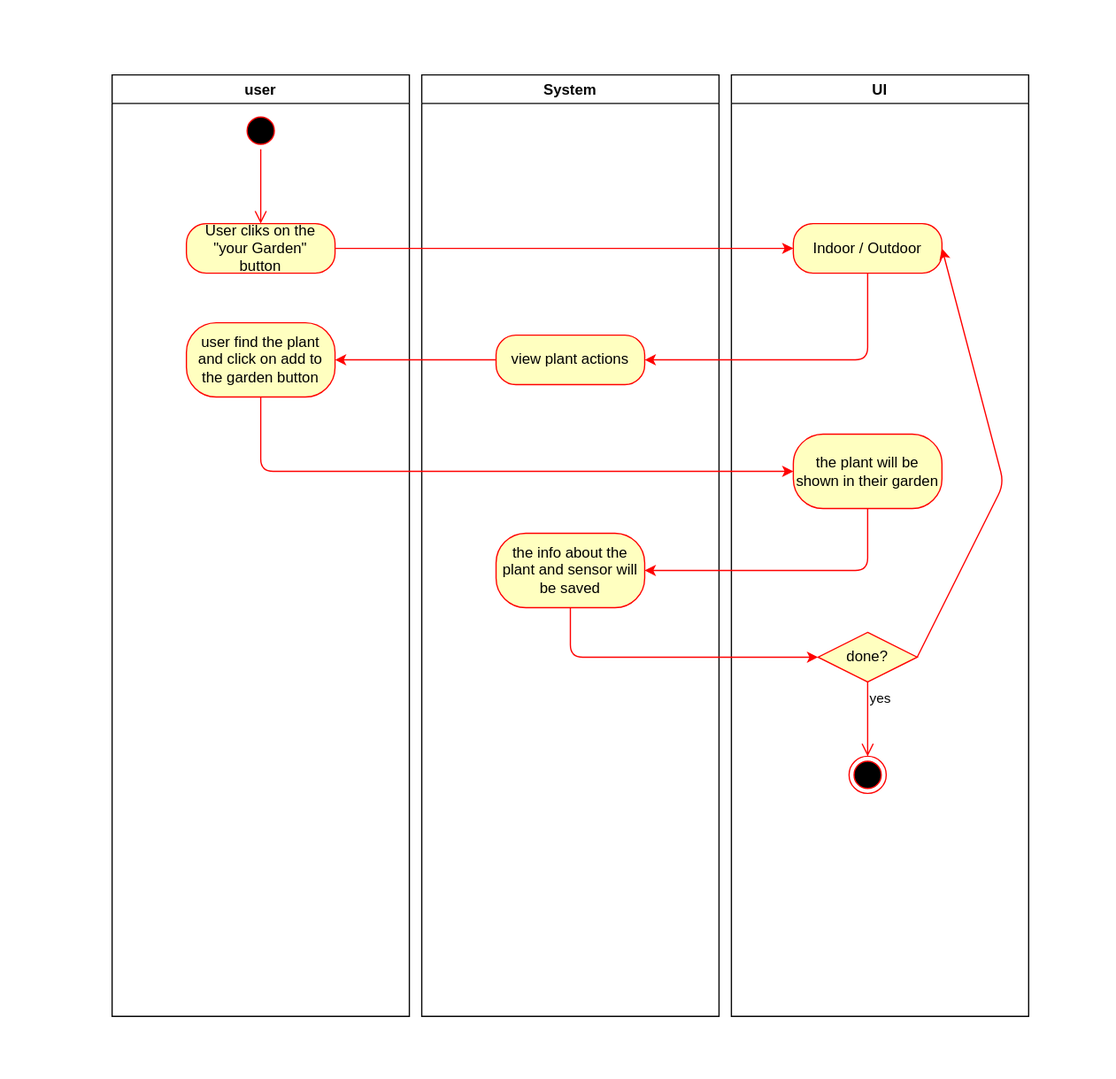
This is docs/assets/svg/Use Case Diagrams/addPlant.drawio.svg from Green-Fingers-App/gardeningApp, a draw.io export, as it was before one commit. Source tidied: cells renumbered, new cells last; positions are measured from the earlier drawing's top-left corner, leaving out a move shared by most shapes. The source it was exported from:
```xml
<mxGraphModel>
  <root>
    <mxCell id="0" />
    <mxCell id="1" parent="0" />
    <mxCell id="2" style="rounded=0;whiteSpace=wrap;html=1;strokeColor=#FFFFFF;fillColor=#FFFFFF;" parent="1" vertex="1">
      <mxGeometry width="900" height="870" as="geometry" />
    </mxCell>
    <mxCell id="3" value="user" style="swimlane;strokeColor=#050505;fillColor=#FFFFFF;fontColor=#000000;" parent="1" vertex="1">
      <mxGeometry x="90" y="60" width="240" height="760" as="geometry" />
    </mxCell>
    <mxCell id="4" value="User cliks on the&amp;nbsp;&lt;br&gt;&quot;your Garden&quot;&lt;br&gt;button" style="rounded=1;whiteSpace=wrap;html=1;arcSize=40;fontColor=#000000;fillColor=#ffffc0;strokeColor=#ff0000;" parent="3" vertex="1">
      <mxGeometry x="60" y="120" width="120" height="40" as="geometry" />
    </mxCell>
    <mxCell id="5" style="ellipse;html=1;shape=startState;fillColor=#000000;strokeColor=#ff0000;fontColor=#050505;" parent="3" vertex="1">
      <mxGeometry x="105" y="30" width="30" height="30" as="geometry" />
    </mxCell>
    <mxCell id="6" style="edgeStyle=orthogonalEdgeStyle;html=1;verticalAlign=bottom;endArrow=open;endSize=8;strokeColor=#ff0000;fontColor=#050505;" parent="3" edge="1" source="5">
      <mxGeometry relative="1" as="geometry">
        <mxPoint x="120" y="120" as="targetPoint" />
      </mxGeometry>
    </mxCell>
    <mxCell id="7" value="user find the plant&amp;nbsp;&lt;br&gt;and click on add to the garden button" style="whiteSpace=wrap;html=1;fillColor=#ffffc0;strokeColor=#ff0000;fontColor=#000000;rounded=1;arcSize=40;" parent="3" vertex="1">
      <mxGeometry x="60" y="200" width="120" height="60" as="geometry" />
    </mxCell>
    <mxCell id="8" value="System" style="swimlane;strokeColor=#050505;fillColor=#FFFFFF;fontColor=#050505;" parent="1" vertex="1">
      <mxGeometry x="340" y="60" width="240" height="760" as="geometry" />
    </mxCell>
    <mxCell id="9" style="rounded=0;whiteSpace=wrap;html=1;strokeColor=#FFFFFF;fillColor=#FFFFFF;" parent="8" vertex="1">
      <mxGeometry x="30" y="80" width="120" height="60" as="geometry" />
    </mxCell>
    <mxCell id="10" value="UI" style="swimlane;strokeColor=#050505;fillColor=#FFFFFF;fontColor=#050505;" parent="1" vertex="1">
      <mxGeometry x="590" y="60" width="240" height="760" as="geometry" />
    </mxCell>
    <mxCell id="11" style="rounded=0;whiteSpace=wrap;html=1;strokeColor=#FFFFFF;fillColor=#FFFFFF;" parent="10" vertex="1">
      <mxGeometry x="30" y="80" width="120" height="60" as="geometry" />
    </mxCell>
    <mxCell id="12" value="Indoor / Outdoor" style="rounded=1;whiteSpace=wrap;html=1;arcSize=40;fontColor=#000000;fillColor=#ffffc0;strokeColor=#ff0000;" parent="10" vertex="1">
      <mxGeometry x="50" y="120" width="120" height="40" as="geometry" />
    </mxCell>
    <mxCell id="13" style="ellipse;html=1;shape=endState;fillColor=#000000;strokeColor=#ff0000;fontColor=#050505;" parent="10" vertex="1">
      <mxGeometry x="95" y="550" width="30" height="30" as="geometry" />
    </mxCell>
    <mxCell id="14" style="edgeStyle=none;html=1;exitX=1;exitY=0.5;exitDx=0;exitDy=0;entryX=0;entryY=0.5;entryDx=0;entryDy=0;fontColor=#050505;strokeColor=#FF0000;" parent="1" edge="1" source="4" target="12">
      <mxGeometry relative="1" as="geometry" />
    </mxCell>
    <mxCell id="15" style="edgeStyle=none;html=1;strokeColor=#FF0000;fontColor=#050505;" parent="1" edge="1" source="16" target="7">
      <mxGeometry relative="1" as="geometry" />
    </mxCell>
    <mxCell id="16" value="view plant actions" style="rounded=1;whiteSpace=wrap;html=1;arcSize=40;fontColor=#000000;fillColor=#ffffc0;strokeColor=#ff0000;" parent="1" vertex="1">
      <mxGeometry x="400" y="270" width="120" height="40" as="geometry" />
    </mxCell>
    <mxCell id="17" style="edgeStyle=none;html=1;exitX=0.5;exitY=1;exitDx=0;exitDy=0;entryX=1;entryY=0.5;entryDx=0;entryDy=0;strokeColor=#FF0000;fontColor=#050505;" parent="1" edge="1" source="12" target="16">
      <mxGeometry relative="1" as="geometry">
        <Array as="points">
          <mxPoint x="700" y="290" />
        </Array>
      </mxGeometry>
    </mxCell>
    <mxCell id="18" style="edgeStyle=none;html=1;strokeColor=#FF0000;fontColor=#050505;" parent="1" edge="1" source="19" target="22">
      <mxGeometry relative="1" as="geometry">
        <Array as="points">
          <mxPoint x="700" y="460" />
        </Array>
      </mxGeometry>
    </mxCell>
    <mxCell id="19" value="the plant will be shown in their garden" style="whiteSpace=wrap;html=1;fillColor=#ffffc0;strokeColor=#ff0000;fontColor=#000000;rounded=1;arcSize=40;" parent="1" vertex="1">
      <mxGeometry x="640" y="350" width="120" height="60" as="geometry" />
    </mxCell>
    <mxCell id="20" style="edgeStyle=none;html=1;exitX=0.5;exitY=1;exitDx=0;exitDy=0;entryX=0;entryY=0.5;entryDx=0;entryDy=0;strokeColor=#FF0000;fontColor=#050505;" parent="1" edge="1" source="7" target="19">
      <mxGeometry relative="1" as="geometry">
        <Array as="points">
          <mxPoint x="210" y="380" />
        </Array>
      </mxGeometry>
    </mxCell>
    <mxCell id="21" style="edgeStyle=none;html=1;strokeColor=#FF0000;fontColor=#050505;" parent="1" edge="1" source="22">
      <mxGeometry relative="1" as="geometry">
        <mxPoint x="660" y="530" as="targetPoint" />
        <Array as="points">
          <mxPoint x="460" y="530" />
        </Array>
      </mxGeometry>
    </mxCell>
    <mxCell id="22" value="the info about the plant and sensor will be saved&amp;nbsp;" style="whiteSpace=wrap;html=1;fillColor=#ffffc0;strokeColor=#ff0000;fontColor=#000000;rounded=1;arcSize=40;" parent="1" vertex="1">
      <mxGeometry x="400" y="430" width="120" height="60" as="geometry" />
    </mxCell>
    <mxCell id="23" style="edgeStyle=none;html=1;exitX=1;exitY=0.5;exitDx=0;exitDy=0;entryX=1;entryY=0.5;entryDx=0;entryDy=0;labelBackgroundColor=#FFFFFF;strokeColor=#FF0000;fontColor=#050505;" parent="1" edge="1" source="24" target="12">
      <mxGeometry relative="1" as="geometry">
        <Array as="points">
          <mxPoint x="810" y="390" />
        </Array>
      </mxGeometry>
    </mxCell>
    <mxCell id="24" value="done?" style="rhombus;whiteSpace=wrap;html=1;fillColor=#ffffc0;strokeColor=#ff0000;fontColor=#050505;" parent="1" vertex="1">
      <mxGeometry x="660" y="510" width="80" height="40" as="geometry" />
    </mxCell>
    <mxCell id="25" value="&lt;span style=&quot;background-color: rgb(255, 255, 255);&quot;&gt;yes&lt;/span&gt;" style="edgeStyle=orthogonalEdgeStyle;html=1;align=left;verticalAlign=top;endArrow=open;endSize=8;strokeColor=#ff0000;fontColor=#050505;" parent="1" edge="1" source="24">
      <mxGeometry x="-1" relative="1" as="geometry">
        <mxPoint x="700" y="610" as="targetPoint" />
      </mxGeometry>
    </mxCell>
  </root>
</mxGraphModel>
```
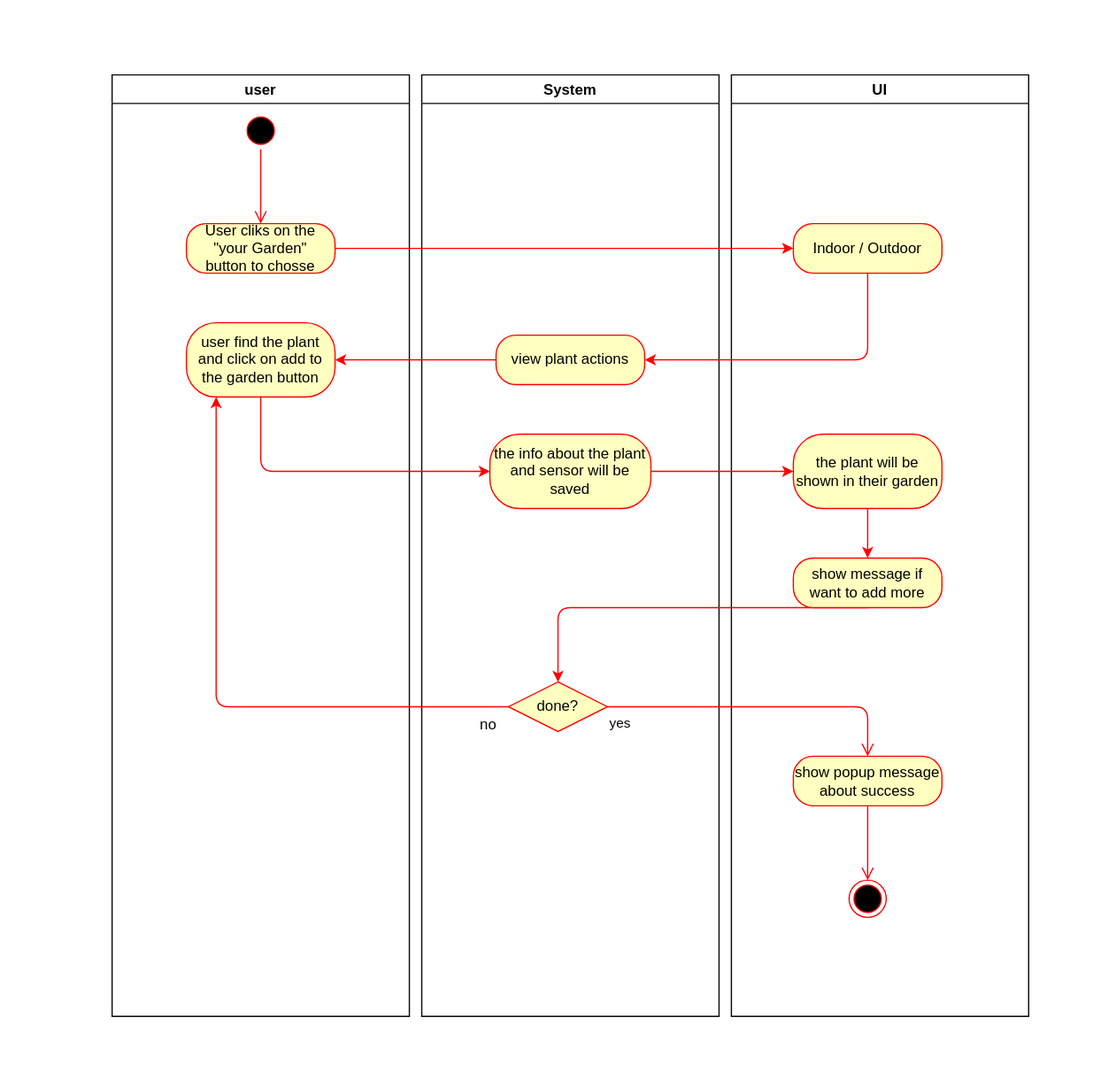
The same diagram one commit later.

The edit, as a diff of the source:
```diff
@@ -8,7 +8,7 @@
     <mxCell id="3" value="user" style="swimlane;strokeColor=#050505;fillColor=#FFFFFF;fontColor=#000000;" parent="1" vertex="1">
       <mxGeometry x="90" y="60" width="240" height="760" as="geometry" />
     </mxCell>
-    <mxCell id="4" value="User cliks on the&amp;nbsp;&lt;br&gt;&quot;your Garden&quot;&lt;br&gt;button" style="rounded=1;whiteSpace=wrap;html=1;arcSize=40;fontColor=#000000;fillColor=#ffffc0;strokeColor=#ff0000;" parent="3" vertex="1">
+    <mxCell id="4" value="User cliks on the&amp;nbsp;&lt;br&gt;&quot;your Garden&quot;&lt;br&gt;button to chosse" style="rounded=1;whiteSpace=wrap;html=1;arcSize=40;fontColor=#000000;fillColor=#ffffc0;strokeColor=#ff0000;" parent="3" vertex="1">
       <mxGeometry x="60" y="120" width="120" height="40" as="geometry" />
     </mxCell>
     <mxCell id="5" style="ellipse;html=1;shape=startState;fillColor=#000000;strokeColor=#ff0000;fontColor=#050505;" parent="3" vertex="1">
@@ -28,6 +28,9 @@
     <mxCell id="9" style="rounded=0;whiteSpace=wrap;html=1;strokeColor=#FFFFFF;fillColor=#FFFFFF;" parent="8" vertex="1">
       <mxGeometry x="30" y="80" width="120" height="60" as="geometry" />
     </mxCell>
+    <mxCell id="24" value="done?" style="rhombus;whiteSpace=wrap;html=1;fillColor=#ffffc0;strokeColor=#ff0000;fontColor=#050505;" parent="8" vertex="1">
+      <mxGeometry x="70" y="490" width="80" height="40" as="geometry" />
+    </mxCell>
     <mxCell id="10" value="UI" style="swimlane;strokeColor=#050505;fillColor=#FFFFFF;fontColor=#050505;" parent="1" vertex="1">
       <mxGeometry x="590" y="60" width="240" height="760" as="geometry" />
     </mxCell>
@@ -38,7 +41,7 @@
       <mxGeometry x="50" y="120" width="120" height="40" as="geometry" />
     </mxCell>
     <mxCell id="13" style="ellipse;html=1;shape=endState;fillColor=#000000;strokeColor=#ff0000;fontColor=#050505;" parent="10" vertex="1">
-      <mxGeometry x="95" y="550" width="30" height="30" as="geometry" />
+      <mxGeometry x="95" y="650" width="30" height="30" as="geometry" />
     </mxCell>
     <mxCell id="14" style="edgeStyle=none;html=1;exitX=1;exitY=0.5;exitDx=0;exitDy=0;entryX=0;entryY=0.5;entryDx=0;entryDy=0;fontColor=#050505;strokeColor=#FF0000;" parent="1" edge="1" source="4" target="12">
       <mxGeometry relative="1" as="geometry" />
@@ -56,48 +59,57 @@
         </Array>
       </mxGeometry>
     </mxCell>
-    <mxCell id="18" style="edgeStyle=none;html=1;strokeColor=#FF0000;fontColor=#050505;" parent="1" edge="1" source="19" target="22">
-      <mxGeometry relative="1" as="geometry">
-        <Array as="points">
-          <mxPoint x="700" y="460" />
-        </Array>
-      </mxGeometry>
-    </mxCell>
+    <mxCell id="26" style="edgeStyle=none;html=1;exitX=0.5;exitY=1;exitDx=0;exitDy=0;entryX=0.5;entryY=0;entryDx=0;entryDy=0;labelBackgroundColor=#FFFFFF;strokeColor=#FF0000;fontColor=#050505;" parent="1" edge="1" source="19" target="31">
+      <mxGeometry relative="1" as="geometry" />
+    </mxCell>
     <mxCell id="19" value="the plant will be shown in their garden" style="whiteSpace=wrap;html=1;fillColor=#ffffc0;strokeColor=#ff0000;fontColor=#000000;rounded=1;arcSize=40;" parent="1" vertex="1">
       <mxGeometry x="640" y="350" width="120" height="60" as="geometry" />
     </mxCell>
-    <mxCell id="20" style="edgeStyle=none;html=1;exitX=0.5;exitY=1;exitDx=0;exitDy=0;entryX=0;entryY=0.5;entryDx=0;entryDy=0;strokeColor=#FF0000;fontColor=#050505;" parent="1" edge="1" source="7" target="19">
+    <mxCell id="20" style="edgeStyle=none;html=1;exitX=0.5;exitY=1;exitDx=0;exitDy=0;strokeColor=#FF0000;fontColor=#050505;entryX=0;entryY=0.5;entryDx=0;entryDy=0;" parent="1" edge="1" source="7" target="22">
       <mxGeometry relative="1" as="geometry">
         <Array as="points">
           <mxPoint x="210" y="380" />
         </Array>
       </mxGeometry>
     </mxCell>
-    <mxCell id="21" style="edgeStyle=none;html=1;strokeColor=#FF0000;fontColor=#050505;" parent="1" edge="1" source="22">
-      <mxGeometry relative="1" as="geometry">
-        <mxPoint x="660" y="530" as="targetPoint" />
-        <Array as="points">
-          <mxPoint x="460" y="530" />
-        </Array>
-      </mxGeometry>
-    </mxCell>
+    <mxCell id="27" style="edgeStyle=none;html=1;exitX=1;exitY=0.5;exitDx=0;exitDy=0;labelBackgroundColor=#FFFFFF;strokeColor=#FF0000;fontColor=#050505;" parent="1" edge="1" source="22" target="19">
+      <mxGeometry relative="1" as="geometry" />
+    </mxCell>
     <mxCell id="22" value="the info about the plant and sensor will be saved&amp;nbsp;" style="whiteSpace=wrap;html=1;fillColor=#ffffc0;strokeColor=#ff0000;fontColor=#000000;rounded=1;arcSize=40;" parent="1" vertex="1">
-      <mxGeometry x="400" y="430" width="120" height="60" as="geometry" />
+      <mxGeometry x="395" y="350" width="130" height="60" as="geometry" />
     </mxCell>
-    <mxCell id="23" style="edgeStyle=none;html=1;exitX=1;exitY=0.5;exitDx=0;exitDy=0;entryX=1;entryY=0.5;entryDx=0;entryDy=0;labelBackgroundColor=#FFFFFF;strokeColor=#FF0000;fontColor=#050505;" parent="1" edge="1" source="24" target="12">
-      <mxGeometry relative="1" as="geometry">
-        <Array as="points">
-          <mxPoint x="810" y="390" />
-        </Array>
-      </mxGeometry>
-    </mxCell>
-    <mxCell id="24" value="done?" style="rhombus;whiteSpace=wrap;html=1;fillColor=#ffffc0;strokeColor=#ff0000;fontColor=#050505;" parent="1" vertex="1">
-      <mxGeometry x="660" y="510" width="80" height="40" as="geometry" />
-    </mxCell>
     <mxCell id="25" value="&lt;span style=&quot;background-color: rgb(255, 255, 255);&quot;&gt;yes&lt;/span&gt;" style="edgeStyle=orthogonalEdgeStyle;html=1;align=left;verticalAlign=top;endArrow=open;endSize=8;strokeColor=#ff0000;fontColor=#050505;" parent="1" edge="1" source="24">
       <mxGeometry x="-1" relative="1" as="geometry">
         <mxPoint x="700" y="610" as="targetPoint" />
       </mxGeometry>
     </mxCell>
+    <mxCell id="28" value="show popup message about success" style="rounded=1;whiteSpace=wrap;html=1;arcSize=40;fontColor=#000000;fillColor=#ffffc0;strokeColor=#ff0000;" parent="1" vertex="1">
+      <mxGeometry x="640" y="610" width="120" height="40" as="geometry" />
+    </mxCell>
+    <mxCell id="29" style="edgeStyle=orthogonalEdgeStyle;html=1;verticalAlign=bottom;endArrow=open;endSize=8;strokeColor=#ff0000;labelBackgroundColor=#FFFFFF;fontColor=#050505;" parent="1" edge="1" source="28">
+      <mxGeometry relative="1" as="geometry">
+        <mxPoint x="700" y="710" as="targetPoint" />
+      </mxGeometry>
+    </mxCell>
+    <mxCell id="30" style="edgeStyle=none;html=1;exitX=0.5;exitY=1;exitDx=0;exitDy=0;entryX=0.5;entryY=0;entryDx=0;entryDy=0;labelBackgroundColor=#FFFFFF;strokeColor=#FF0000;fontColor=#050505;" parent="1" edge="1" source="31" target="24">
+      <mxGeometry relative="1" as="geometry">
+        <Array as="points">
+          <mxPoint x="450" y="490" />
+        </Array>
+      </mxGeometry>
+    </mxCell>
+    <mxCell id="31" value="show message if want to add more" style="rounded=1;whiteSpace=wrap;html=1;arcSize=40;fontColor=#000000;fillColor=#ffffc0;strokeColor=#ff0000;" parent="1" vertex="1">
+      <mxGeometry x="640" y="450" width="120" height="40" as="geometry" />
+    </mxCell>
+    <mxCell id="32" style="edgeStyle=none;html=1;exitX=0;exitY=0.5;exitDx=0;exitDy=0;entryX=0.2;entryY=1;entryDx=0;entryDy=0;entryPerimeter=0;labelBackgroundColor=#FFFFFF;strokeColor=#FF0000;fontColor=#050505;" parent="1" edge="1" source="24" target="7">
+      <mxGeometry relative="1" as="geometry">
+        <Array as="points">
+          <mxPoint x="174" y="570" />
+        </Array>
+      </mxGeometry>
+    </mxCell>
+    <mxCell id="33" value="no" style="text;html=1;strokeColor=none;fillColor=none;align=center;verticalAlign=middle;whiteSpace=wrap;rounded=0;fontColor=#050505;" parent="1" vertex="1">
+      <mxGeometry x="364" y="570" width="60" height="30" as="geometry" />
+    </mxCell>
   </root>
 </mxGraphModel>
```
